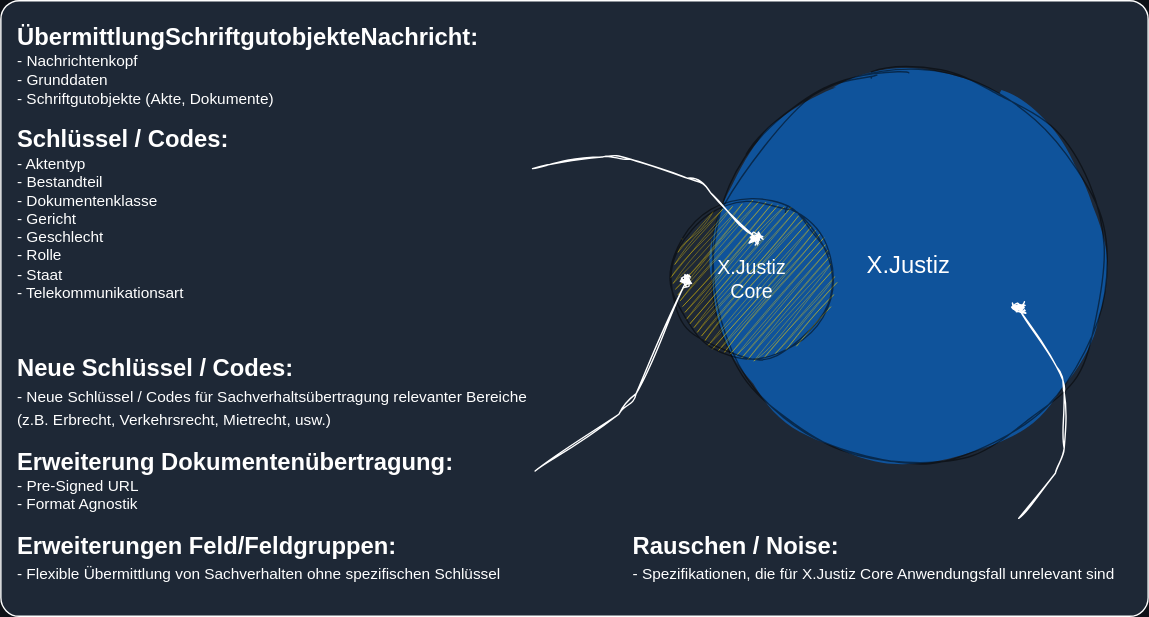
This is .media/README/xjustizcore-venn_DE.drawio.svg from l-pagel/X.Justiz.Core, a draw.io export, as it was before one commit. Source tidied: cells renumbered, new cells last; positions are measured from the earlier drawing's top-left corner, leaving out a move shared by most shapes.
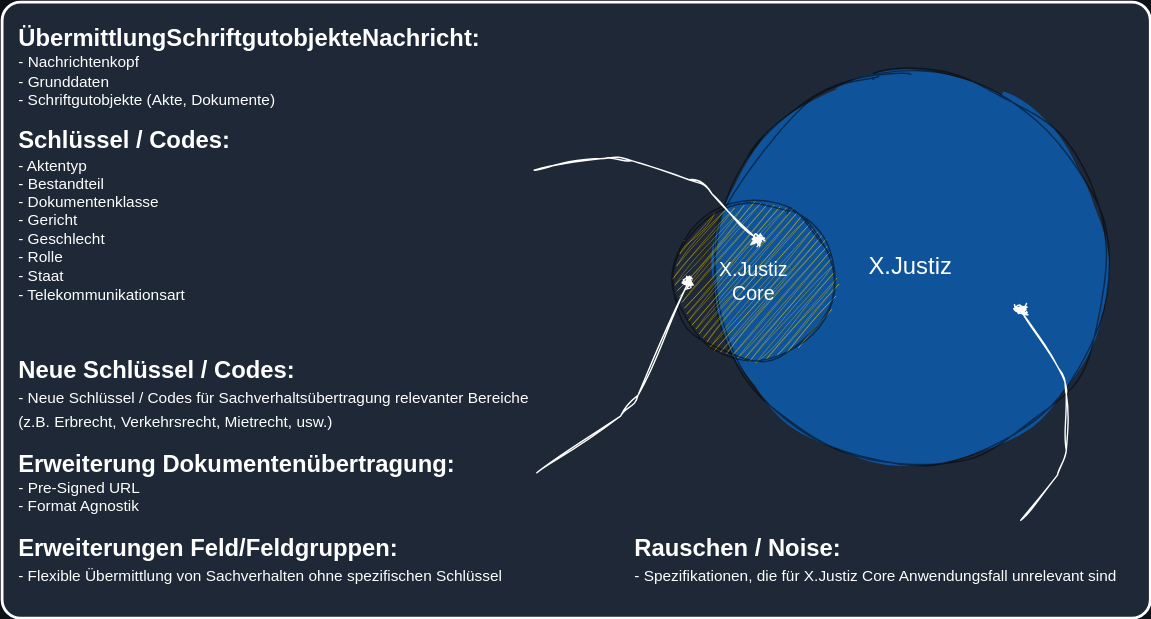
After the change.

Diff of the diagram source:
```diff
@@ -2,7 +2,7 @@
   <root>
     <mxCell id="0" />
     <mxCell id="1" parent="0" />
-    <mxCell id="2" style="rounded=1;whiteSpace=wrap;html=1;hachureGap=4;fontFamily=Architects Daughter;fontSource=https%3A%2F%2Ffonts.googleapis.com%2Fcss%3Ffamily%3DArchitects%2BDaughter;fontSize=20;fontColor=#FFFFFF;fillColor=#1E2836;strokeWidth=1;glass=0;arcSize=3;fillStyle=auto;strokeColor=#FFFFFF;" parent="1" vertex="1">
+    <mxCell id="2" style="rounded=1;whiteSpace=wrap;html=1;hachureGap=4;fontFamily=Architects Daughter;fontSource=https%3A%2F%2Ffonts.googleapis.com%2Fcss%3Ffamily%3DArchitects%2BDaughter;fontSize=20;fontColor=#FFFFFF;fillColor=#1E2836;strokeWidth=2;glass=0;arcSize=3;fillStyle=auto;strokeColor=#FFFFFF;" parent="1" vertex="1">
       <mxGeometry width="820" height="440" as="geometry" />
     </mxCell>
     <mxCell id="3" value="&lt;b&gt;&lt;font style=&quot;font-size: 17px;&quot;&gt;ÜbermittlungSchriftgutobjekteNachricht:&lt;/font&gt;&lt;/b&gt;&lt;br&gt;&lt;div style=&quot;font-size: 13px;&quot;&gt;&lt;/div&gt;&lt;div style=&quot;font-size: 11px;&quot;&gt;&lt;div&gt;&lt;div&gt;&lt;span style=&quot;background-color: initial;&quot;&gt;-&amp;nbsp;&lt;/span&gt;&lt;span style=&quot;background-color: initial;&quot;&gt;Nachrichtenkopf&lt;/span&gt;&lt;/div&gt;&lt;div&gt;&lt;/div&gt;&lt;div&gt;&lt;span style=&quot;background-color: initial;&quot;&gt;-&amp;nbsp;&lt;/span&gt;&lt;span style=&quot;background-color: initial;&quot;&gt;Grunddaten&lt;br&gt;- Schriftgutobjekte (Akte, Dokumente)&lt;/span&gt;&lt;/div&gt;&lt;div&gt;&lt;span style=&quot;background-color: initial;&quot;&gt;&lt;br&gt;&lt;/span&gt;&lt;/div&gt;&lt;span style=&quot;background-color: initial;&quot;&gt;&lt;b&gt;&lt;font style=&quot;font-size: 17px;&quot;&gt;Schlüssel / Codes:&lt;/font&gt;&lt;/b&gt;&lt;/span&gt;&lt;/div&gt;&lt;div&gt;&lt;div style=&quot;&quot;&gt;&lt;/div&gt;&lt;/div&gt;&lt;div&gt;&lt;span style=&quot;background-color: initial;&quot;&gt;-&amp;nbsp;&lt;/span&gt;&lt;span style=&quot;background-color: initial;&quot;&gt;Aktentyp&lt;/span&gt;&lt;/div&gt;&lt;div&gt;&lt;/div&gt;&lt;div&gt;&lt;div&gt;&lt;span style=&quot;background-color: initial;&quot;&gt;-&amp;nbsp;&lt;/span&gt;&lt;span style=&quot;background-color: initial;&quot;&gt;Bestandteil&lt;/span&gt;&lt;/div&gt;&lt;span style=&quot;background-color: initial;&quot;&gt;&lt;div&gt;&lt;span style=&quot;background-color: initial;&quot;&gt;- Dokumentenklasse&lt;/span&gt;&lt;/div&gt;&lt;div&gt;&lt;span style=&quot;background-color: initial;&quot;&gt;- Gericht&lt;/span&gt;&lt;/div&gt;&lt;div&gt;&lt;span style=&quot;background-color: initial;&quot;&gt;- Geschlecht&lt;/span&gt;&lt;/div&gt;&lt;div&gt;&lt;span style=&quot;background-color: initial;&quot;&gt;- Rolle&lt;/span&gt;&lt;/div&gt;&lt;div&gt;&lt;span style=&quot;background-color: initial;&quot;&gt;- Staat&lt;/span&gt;&lt;/div&gt;&lt;div&gt;&lt;span style=&quot;background-color: initial;&quot;&gt;- Telekommunikationsart&lt;/span&gt;&lt;/div&gt;&lt;/span&gt;&lt;/div&gt;&lt;/div&gt;&lt;div style=&quot;&quot;&gt;&lt;/div&gt;" style="text;html=1;strokeColor=none;fillColor=none;align=left;verticalAlign=top;whiteSpace=wrap;rounded=0;fillStyle=auto;fontSize=14;opacity=50;sketch=1;curveFitting=1;jiggle=2;fontColor=#FFFFFF;" parent="1" vertex="1">
```
